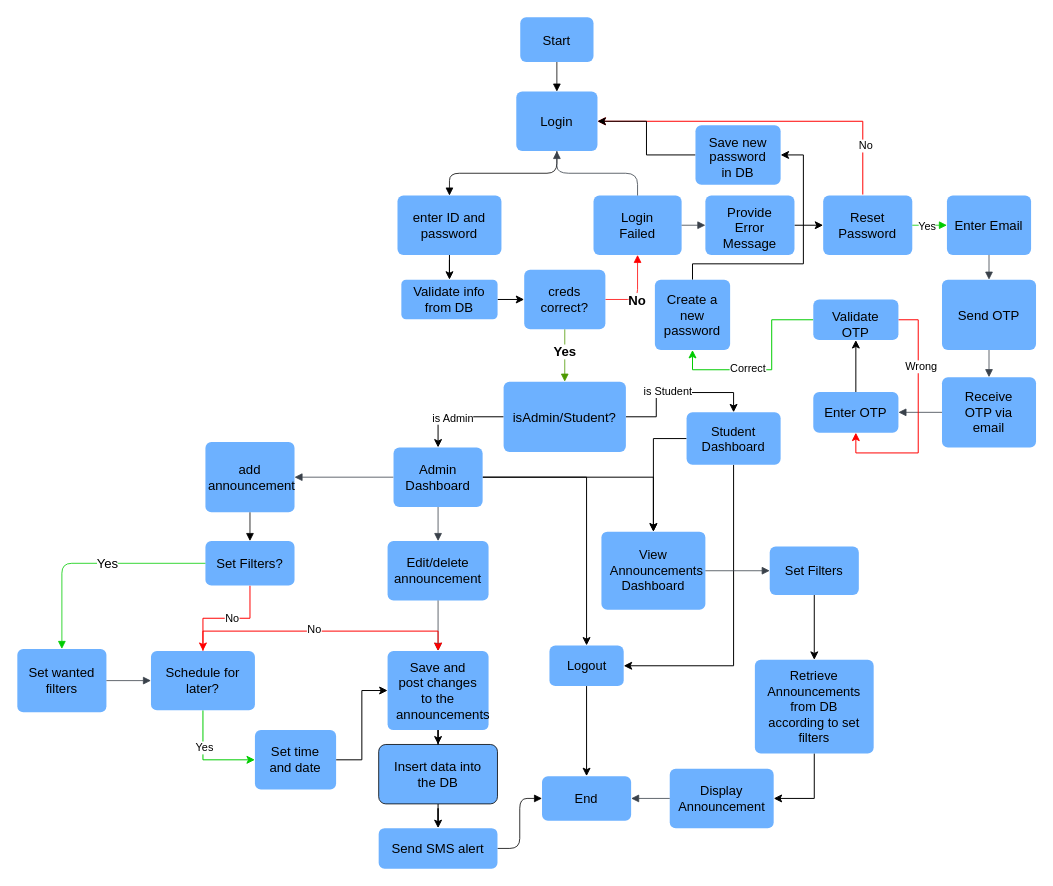
Earlier version of the draw.io diagram standard.drawio (KenZa0705/Lab2). Source tidied: cells renumbered, new cells numbered last; positions are measured from the earlier drawing's top-left corner, leaving out a move shared by most shapes. Both pictures are drawn from the tidied source at 99%, with x=0, y=0 at pixel (17, 17).
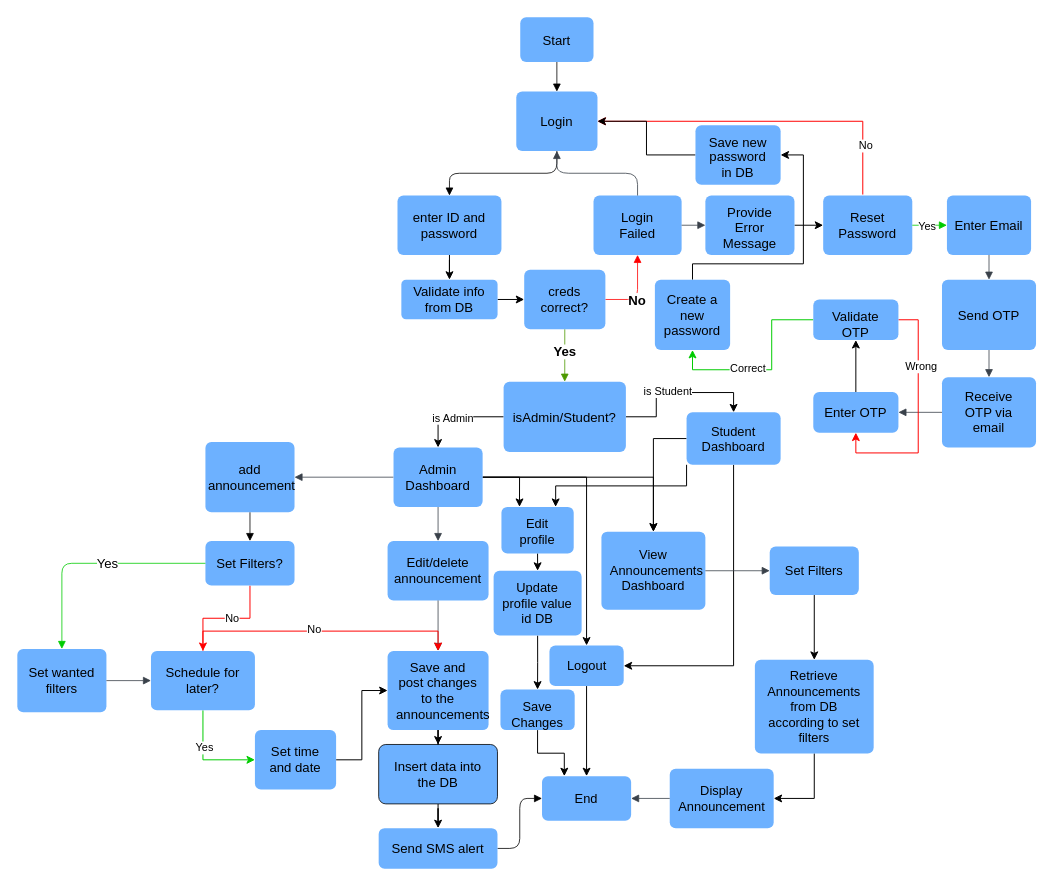
After the change.

The change refers to these unchanged cells:
```xml
<mxCell id="4" value="Student Dashboard" style="html=1;overflow=block;blockSpacing=1;whiteSpace=wrap;fontSize=13;align=center;spacing=9;strokeOpacity=0;fillOpacity=100;rounded=1;absoluteArcSize=1;arcSize=12;fillColor=#6db1ff;strokeWidth=0.8;lucidId=y0DcVVx8MoYn;" parent="1" vertex="1">
  <mxGeometry x="676" y="399" width="95" height="53" as="geometry" />
</mxCell>
<mxCell id="13" value="End" style="html=1;overflow=block;blockSpacing=1;whiteSpace=wrap;fontSize=13;align=center;spacing=9;strokeOpacity=0;fillOpacity=100;rounded=1;absoluteArcSize=1;arcSize=12;fillColor=#6db1ff;strokeWidth=0.8;lucidId=kU-eMG0X.NSm;" parent="1" vertex="1">
  <mxGeometry x="530" y="766.5" width="90" height="45" as="geometry" />
</mxCell>
<mxCell id="62" value="Admin Dashboard" style="html=1;overflow=block;blockSpacing=1;whiteSpace=wrap;fontSize=13.3;fontFamily=Helvetica;spacing=3.8;strokeOpacity=0;fillOpacity=100;rounded=1;absoluteArcSize=1;arcSize=12;fillColor=#6db1ff;strokeWidth=0.8;lucidId=K.9esvh4-SU-;" parent="1" vertex="1">
  <mxGeometry x="380" y="434.5" width="90" height="60" as="geometry" />
</mxCell>
```

Change to the diagram source:
```diff
@@
+    <mxCell id="90" style="edgeStyle=orthogonalEdgeStyle;rounded=0;jettySize=auto;html=1;exitX=0;exitY=1;exitDx=0;exitDy=0;entryX=0.75;entryY=0;entryDx=0;entryDy=0;" parent="1" edge="1" source="4" target="93">
+      <mxGeometry relative="1" as="geometry" />
+    </mxCell>
@@
+    <mxCell id="91" style="edgeStyle=orthogonalEdgeStyle;rounded=0;jettySize=auto;html=1;exitX=1;exitY=0.5;exitDx=0;exitDy=0;entryX=0.25;entryY=0;entryDx=0;entryDy=0;" parent="1" edge="1" source="62" target="93">
+      <mxGeometry relative="1" as="geometry" />
+    </mxCell>
@@
+    <mxCell id="92" style="edgeStyle=orthogonalEdgeStyle;rounded=0;jettySize=auto;html=1;exitX=0.5;exitY=1;exitDx=0;exitDy=0;entryX=0.5;entryY=0;entryDx=0;entryDy=0;" parent="1" edge="1" source="93" target="95">
+      <mxGeometry relative="1" as="geometry" />
+    </mxCell>
+    <mxCell id="93" value="Edit profile" style="html=1;overflow=block;blockSpacing=1;whiteSpace=wrap;fontSize=13;align=center;spacing=9;strokeOpacity=0;fillOpacity=100;rounded=1;absoluteArcSize=1;arcSize=12;fillColor=#6db1ff;strokeWidth=0.8;lucidId=L_DcjFfuvI_m;" parent="1" vertex="1">
+      <mxGeometry x="489" y="494.5" width="73" height="47" as="geometry" />
+    </mxCell>
+    <mxCell id="94" style="edgeStyle=orthogonalEdgeStyle;rounded=0;jettySize=auto;html=1;exitX=0.5;exitY=1;exitDx=0;exitDy=0;" parent="1" edge="1" source="95" target="97">
+      <mxGeometry relative="1" as="geometry" />
+    </mxCell>
+    <mxCell id="95" value="Update profile value id DB" style="html=1;overflow=block;blockSpacing=1;whiteSpace=wrap;fontSize=13;align=center;spacing=9;strokeOpacity=0;fillOpacity=100;rounded=1;absoluteArcSize=1;arcSize=12;fillColor=#6db1ff;strokeWidth=0.8;lucidId=L_DcjFfuvI_m;" parent="1" vertex="1">
+      <mxGeometry x="481.1" y="559" width="88.9" height="65.5" as="geometry" />
+    </mxCell>
+    <mxCell id="96" style="edgeStyle=orthogonalEdgeStyle;rounded=0;jettySize=auto;html=1;exitX=0.5;exitY=1;exitDx=0;exitDy=0;entryX=0.25;entryY=0;entryDx=0;entryDy=0;" parent="1" edge="1" source="97" target="13">
+      <mxGeometry relative="1" as="geometry" />
+    </mxCell>
+    <mxCell id="97" value="Save Changes" style="html=1;overflow=block;blockSpacing=1;whiteSpace=wrap;fontSize=13;align=center;spacing=9;strokeColor=#unset;fillOpacity=100;rounded=1;absoluteArcSize=1;arcSize=12;fillColor=#6db1ff;strokeWidth=NaN;lucidId=mg_eoGDlmvcu;" parent="1" vertex="1">
+      <mxGeometry x="488" y="679" width="75" height="41" as="geometry" />
+    </mxCell>
```
